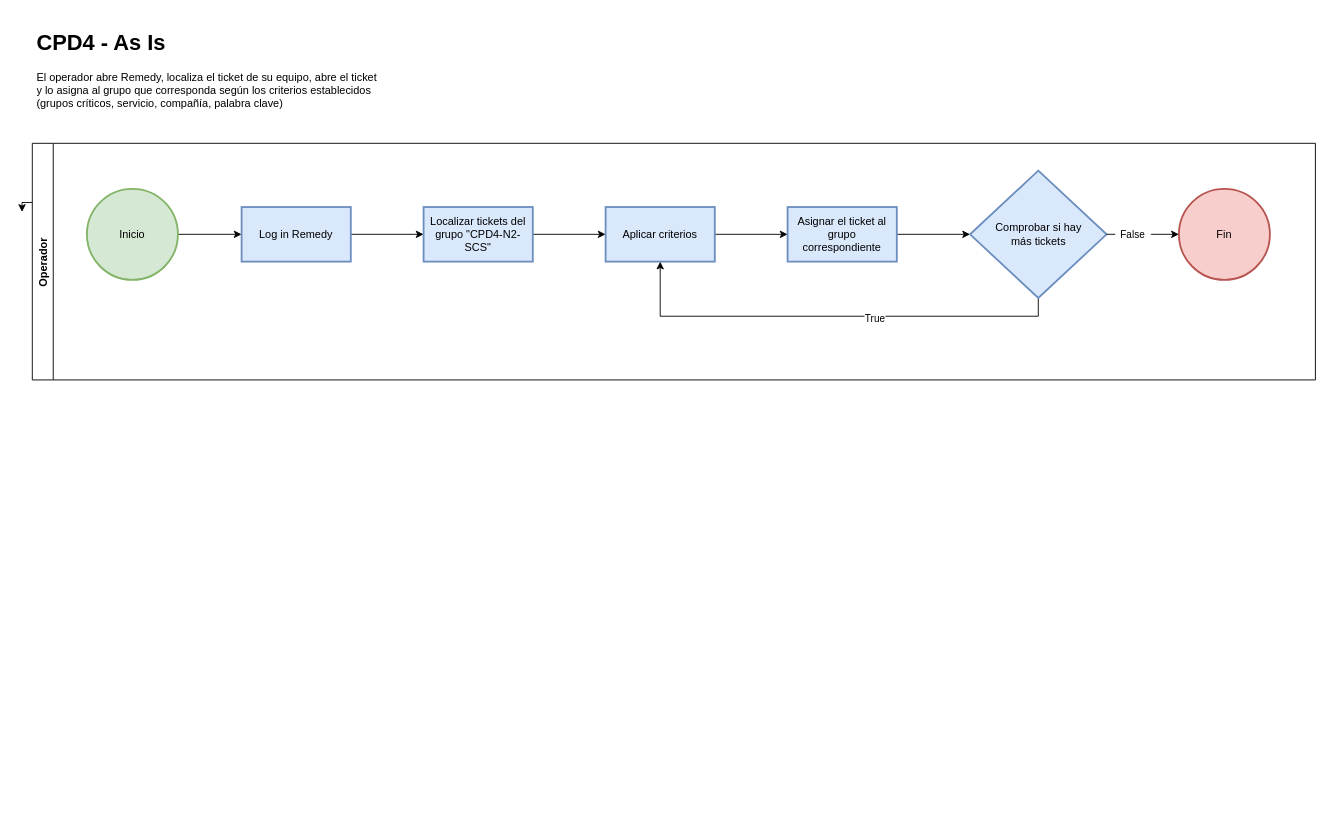
icasadev/icasadev.github.io keeps this draw.io diagram as 2022-08-17 CPD4.drawio. Above is the earlier version. Source tidied: cells renumbered, new cells numbered last; positions are measured from the earlier drawing's top-left corner, leaving out a move shared by most shapes. Both pictures are drawn from the tidied source at 91%, with x=0, y=0 at pixel (32, 25).
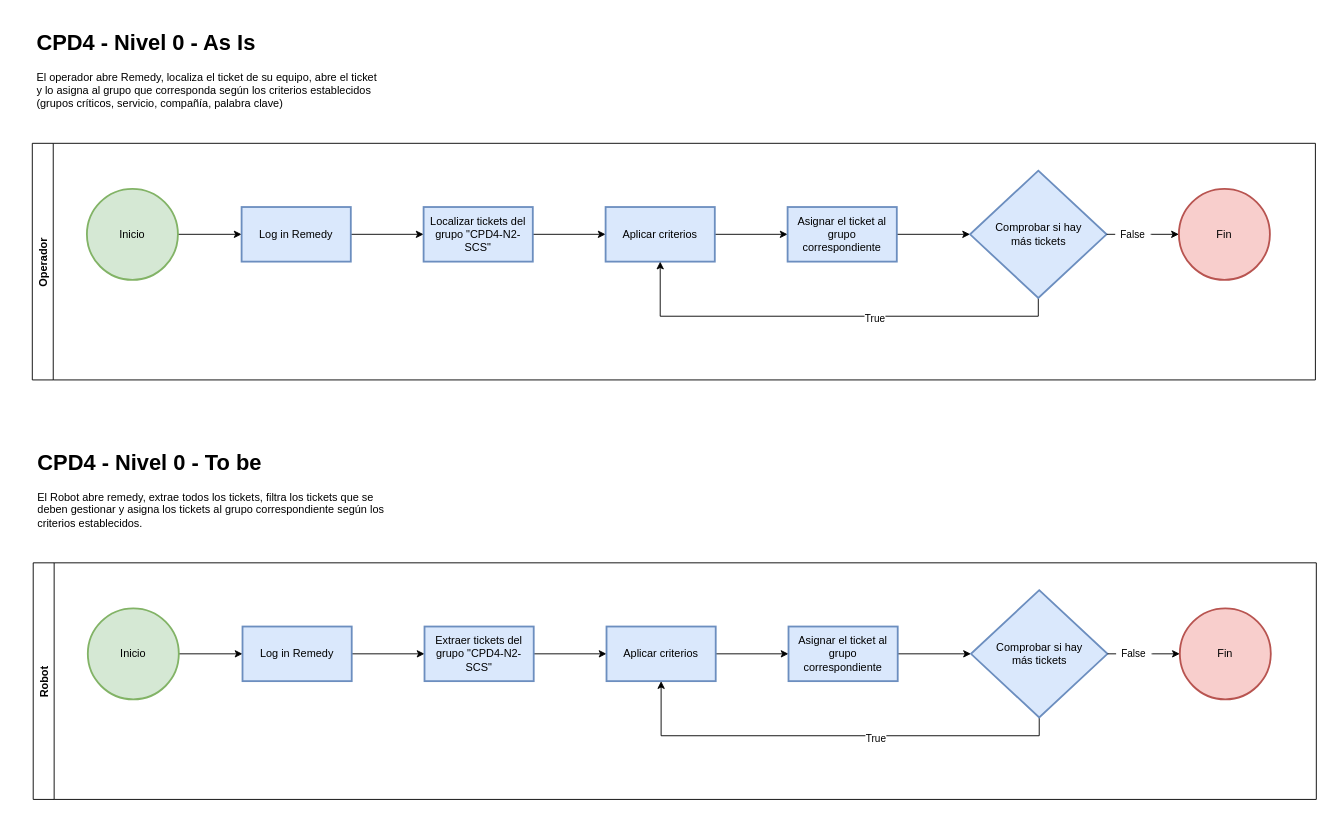
After the change.

The change refers to these unchanged cells:
```xml
<mxCell id="2" value="Operador" style="swimlane;horizontal=0;startSize=23;" parent="1" vertex="1">
  <mxGeometry y="130" width="1410" height="260" as="geometry" />
</mxCell>
```

The edit, as a diff of the source:
```diff
@@
-    <mxCell id="20" style="edgeStyle=orthogonalEdgeStyle;rounded=0;orthogonalLoop=1;jettySize=auto;html=1;exitX=0;exitY=0.25;exitDx=0;exitDy=0;entryX=-0.008;entryY=0.29;entryDx=0;entryDy=0;entryPerimeter=0;" parent="1" edge="1" source="2" target="2">
-      <mxGeometry relative="1" as="geometry" />
-    </mxCell>
-    <mxCell id="21" value="&lt;h1&gt;CPD4 - As Is&lt;/h1&gt;&lt;div&gt;El operador abre Remedy, localiza el ticket de su equipo, abre el ticket y lo asigna al grupo que corresponda según los criterios establecidos (grupos críticos, servicio, compañía, palabra clave)&lt;/div&gt;" style="text;html=1;strokeColor=none;fillColor=none;spacing=5;spacingTop=-20;whiteSpace=wrap;overflow=hidden;rounded=0;" parent="1" vertex="1">
+    <mxCell id="21" value="&lt;h1&gt;CPD4 - Nivel 0 - As Is&lt;/h1&gt;&lt;div&gt;El operador abre Remedy, localiza el ticket de su equipo, abre el ticket y lo asigna al grupo que corresponda según los criterios establecidos (grupos críticos, servicio, compañía, palabra clave)&lt;/div&gt;" style="text;html=1;strokeColor=none;fillColor=none;spacing=5;spacingTop=-20;whiteSpace=wrap;overflow=hidden;rounded=0;" parent="1" vertex="1">
       <mxGeometry width="390" height="120" as="geometry" />
     </mxCell>
+    <mxCell id="22" value="Robot" style="swimlane;horizontal=0;startSize=23;" parent="1" vertex="1">
+      <mxGeometry x="1" y="591" width="1410" height="260" as="geometry" />
+    </mxCell>
+    <mxCell id="23" style="edgeStyle=orthogonalEdgeStyle;rounded=0;jettySize=auto;html=1;" parent="22" edge="1" source="24" target="26">
+      <mxGeometry relative="1" as="geometry" />
+    </mxCell>
+    <mxCell id="24" value="Inicio" style="strokeWidth=2;html=1;shape=mxgraph.flowchart.start_2;whiteSpace=wrap;fillColor=#d5e8d4;strokeColor=#82b366;" parent="22" vertex="1">
+      <mxGeometry x="60" y="50" width="100" height="100" as="geometry" />
+    </mxCell>
+    <mxCell id="25" style="edgeStyle=orthogonalEdgeStyle;rounded=0;jettySize=auto;html=1;" parent="22" edge="1" source="26" target="28">
+      <mxGeometry relative="1" as="geometry" />
+    </mxCell>
+    <mxCell id="26" value="Log in Remedy" style="whiteSpace=wrap;html=1;fillColor=#dae8fc;strokeColor=#6c8ebf;strokeWidth=2;" parent="22" vertex="1">
+      <mxGeometry x="230" y="70" width="120" height="60" as="geometry" />
+    </mxCell>
+    <mxCell id="27" style="edgeStyle=orthogonalEdgeStyle;rounded=0;jettySize=auto;html=1;" parent="22" edge="1" source="28" target="30">
+      <mxGeometry relative="1" as="geometry" />
+    </mxCell>
+    <mxCell id="28" value="Extraer tickets del grupo &quot;CPD4-N2-SCS&quot;" style="whiteSpace=wrap;html=1;fillColor=#dae8fc;strokeColor=#6c8ebf;strokeWidth=2;" parent="22" vertex="1">
+      <mxGeometry x="430" y="70" width="120" height="60" as="geometry" />
+    </mxCell>
+    <mxCell id="29" style="edgeStyle=orthogonalEdgeStyle;rounded=0;jettySize=auto;html=1;" parent="22" edge="1" source="30" target="32">
+      <mxGeometry relative="1" as="geometry" />
+    </mxCell>
+    <mxCell id="30" value="Aplicar criterios" style="whiteSpace=wrap;html=1;fillColor=#dae8fc;strokeColor=#6c8ebf;strokeWidth=2;" parent="22" vertex="1">
+      <mxGeometry x="630" y="70" width="120" height="60" as="geometry" />
+    </mxCell>
+    <mxCell id="31" style="edgeStyle=orthogonalEdgeStyle;rounded=0;jettySize=auto;html=1;" parent="22" edge="1" source="32" target="36">
+      <mxGeometry relative="1" as="geometry" />
+    </mxCell>
+    <mxCell id="32" value="Asignar el ticket al grupo correspondiente" style="whiteSpace=wrap;html=1;fillColor=#dae8fc;strokeColor=#6c8ebf;strokeWidth=2;" parent="22" vertex="1">
+      <mxGeometry x="830" y="70" width="120" height="60" as="geometry" />
+    </mxCell>
+    <mxCell id="33" style="edgeStyle=orthogonalEdgeStyle;rounded=0;jettySize=auto;html=1;exitX=0.5;exitY=1;exitDx=0;exitDy=0;entryX=0.5;entryY=1;entryDx=0;entryDy=0;" parent="22" edge="1" source="36" target="30">
+      <mxGeometry relative="1" as="geometry" />
+    </mxCell>
+    <mxCell id="34" value="True" style="edgeLabel;html=1;align=center;verticalAlign=middle;" parent="33" vertex="1">
+      <mxGeometry x="-0.19" y="2" relative="1" as="geometry">
+        <mxPoint x="1" as="offset" />
+      </mxGeometry>
+    </mxCell>
+    <mxCell id="35" style="edgeStyle=orthogonalEdgeStyle;rounded=0;jettySize=auto;html=1;exitX=1;exitY=0.5;exitDx=0;exitDy=0;entryX=0;entryY=0.5;entryDx=0;entryDy=0;entryPerimeter=0;startArrow=none;" parent="22" edge="1" source="38" target="37">
+      <mxGeometry relative="1" as="geometry">
+        <Array as="points">
+          <mxPoint x="1230" y="100" />
+          <mxPoint x="1230" y="100" />
+        </Array>
+      </mxGeometry>
+    </mxCell>
+    <mxCell id="36" value="Comprobar si hay&lt;br&gt;más tickets" style="rhombus;whiteSpace=wrap;html=1;fillColor=#dae8fc;strokeColor=#6c8ebf;strokeWidth=2;" parent="22" vertex="1">
+      <mxGeometry x="1030.5" y="30" width="150" height="140" as="geometry" />
+    </mxCell>
+    <mxCell id="37" value="Fin" style="strokeWidth=2;html=1;shape=mxgraph.flowchart.start_2;whiteSpace=wrap;fillColor=#f8cecc;strokeColor=#b85450;" parent="22" vertex="1">
+      <mxGeometry x="1260" y="50" width="100" height="100" as="geometry" />
+    </mxCell>
+    <mxCell id="38" value="&lt;span style=&quot;font-size: 11px;&quot;&gt;False&lt;/span&gt;" style="text;html=1;strokeColor=none;fillColor=none;align=center;verticalAlign=middle;whiteSpace=wrap;rounded=0;" parent="22" vertex="1">
+      <mxGeometry x="1190" y="85" width="39" height="30" as="geometry" />
+    </mxCell>
+    <mxCell id="39" style="edgeStyle=orthogonalEdgeStyle;rounded=0;jettySize=auto;html=1;exitX=1;exitY=0.5;exitDx=0;exitDy=0;entryX=0;entryY=0.5;entryDx=0;entryDy=0;entryPerimeter=0;endArrow=none;" parent="22" edge="1" source="36" target="38">
+      <mxGeometry relative="1" as="geometry" />
+    </mxCell>
+    <mxCell id="40" value="&lt;h1&gt;CPD4 - Nivel 0 - To be&lt;/h1&gt;&lt;div&gt;El Robot abre remedy, extrae todos los tickets, filtra los tickets que se deben gestionar y asigna los tickets al grupo correspondiente según los criterios establecidos.&lt;/div&gt;" style="text;html=1;strokeColor=none;fillColor=none;spacing=5;spacingTop=-20;whiteSpace=wrap;overflow=hidden;rounded=0;" parent="1" vertex="1">
+      <mxGeometry x="1" y="461" width="390" height="120" as="geometry" />
+    </mxCell>
```
